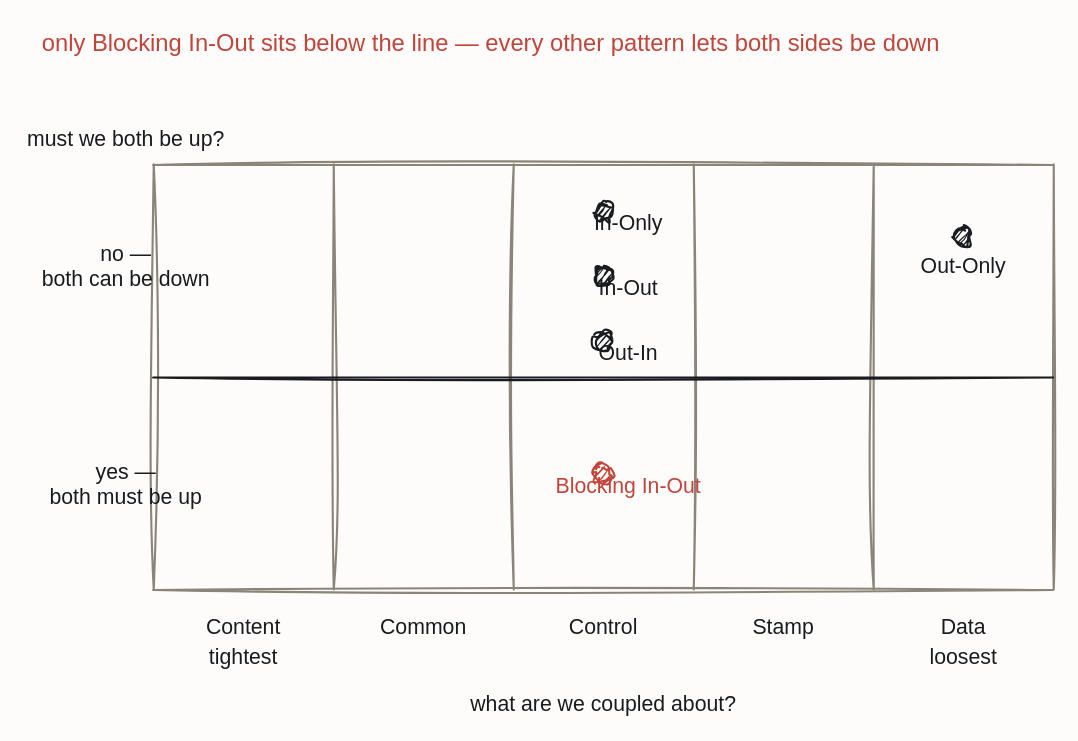
The draw.io diagram resources/grid-exchange-patterns.drawio in iancooper/practical-messaging, before the edit. Source tidied: cells renumbered, new cells numbered last; positions are measured from the earlier drawing's top-left corner, leaving out a move shared by most shapes. Both pictures are drawn from the tidied source at 125%, with x=0, y=0 at pixel (50, 21).
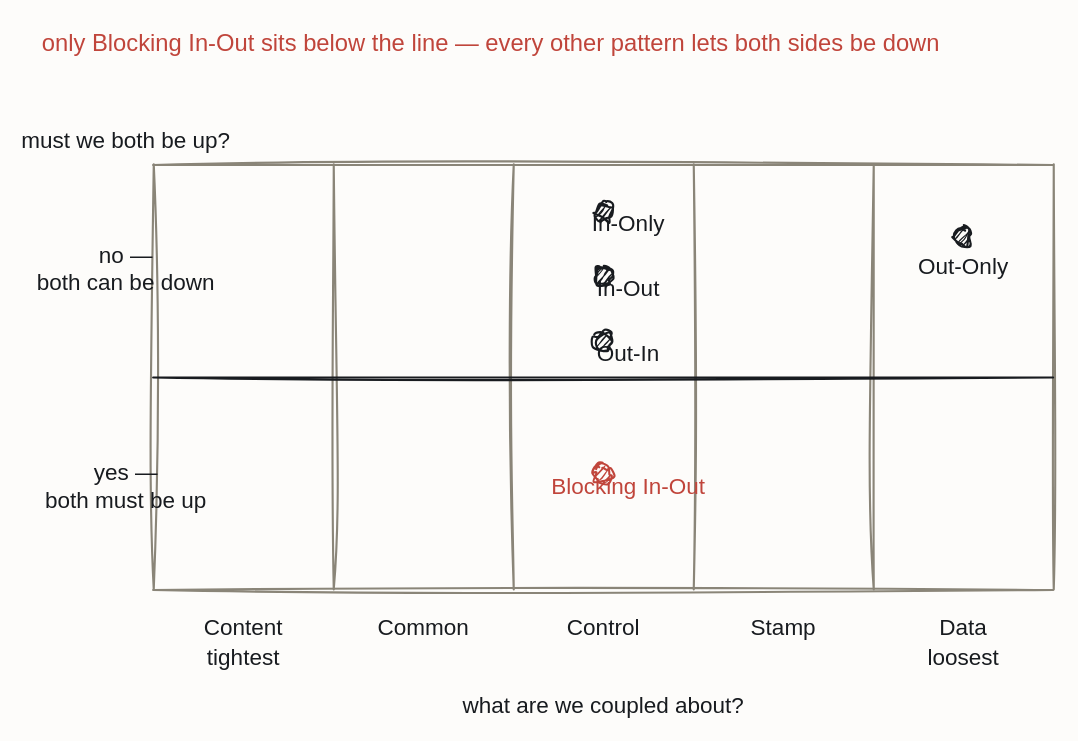
The same page after the edit.

Change to the diagram source:
```diff
@@
-    <mxCell id="11" value="must we both be up?" style="text;html=1;align=center;fontFamily=Caveat;fontSize=17;fontColor=#181B1F;" parent="1" vertex="1">
+    <mxCell id="11" value="must we both be up?" style="text;html=1;align=center;fontFamily=Caveat;fontSize=18;fontColor=#181B1F;" parent="1" vertex="1">
       <mxGeometry y="78" width="120" height="20" as="geometry" />
     </mxCell>
-    <mxCell id="12" value="no —&#10;both can be down" style="text;html=1;align=center;fontFamily=Caveat;fontSize=17;fontColor=#181B1F;" parent="1" vertex="1">
+    <mxCell id="12" value="no —&#10;both can be down" style="text;html=1;align=center;fontFamily=Caveat;fontSize=18;fontColor=#181B1F;" parent="1" vertex="1">
       <mxGeometry y="170" width="120" height="20" as="geometry" />
     </mxCell>
-    <mxCell id="13" value="yes —&#10;both must be up" style="text;html=1;align=center;fontFamily=Caveat;fontSize=17;fontColor=#181B1F;" parent="1" vertex="1">
+    <mxCell id="13" value="yes —&#10;both must be up" style="text;html=1;align=center;fontFamily=Caveat;fontSize=18;fontColor=#181B1F;" parent="1" vertex="1">
       <mxGeometry y="344" width="120" height="20" as="geometry" />
     </mxCell>
-    <mxCell id="14" value="Content" style="text;html=1;align=center;fontFamily=Caveat;fontSize=17;fontColor=#181B1F;" parent="1" vertex="1">
+    <mxCell id="14" value="Content" style="text;html=1;align=center;fontFamily=Caveat;fontSize=18;fontColor=#181B1F;" parent="1" vertex="1">
       <mxGeometry x="94" y="468" width="120" height="20" as="geometry" />
     </mxCell>
-    <mxCell id="15" value="Common" style="text;html=1;align=center;fontFamily=Caveat;fontSize=17;fontColor=#181B1F;" parent="1" vertex="1">
+    <mxCell id="15" value="Common" style="text;html=1;align=center;fontFamily=Caveat;fontSize=18;fontColor=#181B1F;" parent="1" vertex="1">
       <mxGeometry x="238" y="468" width="120" height="20" as="geometry" />
     </mxCell>
-    <mxCell id="16" value="Control" style="text;html=1;align=center;fontFamily=Caveat;fontSize=17;fontColor=#181B1F;" parent="1" vertex="1">
+    <mxCell id="16" value="Control" style="text;html=1;align=center;fontFamily=Caveat;fontSize=18;fontColor=#181B1F;" parent="1" vertex="1">
       <mxGeometry x="382" y="468" width="120" height="20" as="geometry" />
     </mxCell>
-    <mxCell id="17" value="Stamp" style="text;html=1;align=center;fontFamily=Caveat;fontSize=17;fontColor=#181B1F;" parent="1" vertex="1">
+    <mxCell id="17" value="Stamp" style="text;html=1;align=center;fontFamily=Caveat;fontSize=18;fontColor=#181B1F;" parent="1" vertex="1">
       <mxGeometry x="526" y="468" width="120" height="20" as="geometry" />
     </mxCell>
-    <mxCell id="18" value="Data" style="text;html=1;align=center;fontFamily=Caveat;fontSize=17;fontColor=#181B1F;" parent="1" vertex="1">
+    <mxCell id="18" value="Data" style="text;html=1;align=center;fontFamily=Caveat;fontSize=18;fontColor=#181B1F;" parent="1" vertex="1">
       <mxGeometry x="670" y="468" width="120" height="20" as="geometry" />
     </mxCell>
-    <mxCell id="19" value="tightest" style="text;html=1;align=center;fontFamily=Caveat;fontSize=17;fontColor=#181B1F;" parent="1" vertex="1">
+    <mxCell id="19" value="tightest" style="text;html=1;align=center;fontFamily=Caveat;fontSize=18;fontColor=#181B1F;" parent="1" vertex="1">
       <mxGeometry x="94" y="492" width="120" height="20" as="geometry" />
     </mxCell>
-    <mxCell id="20" value="loosest" style="text;html=1;align=center;fontFamily=Caveat;fontSize=17;fontColor=#181B1F;" parent="1" vertex="1">
+    <mxCell id="20" value="loosest" style="text;html=1;align=center;fontFamily=Caveat;fontSize=18;fontColor=#181B1F;" parent="1" vertex="1">
       <mxGeometry x="670" y="492" width="120" height="20" as="geometry" />
     </mxCell>
-    <mxCell id="21" value="what are we coupled about?" style="text;html=1;align=center;fontFamily=Caveat;fontSize=17;fontColor=#181B1F;" parent="1" vertex="1">
+    <mxCell id="21" value="what are we coupled about?" style="text;html=1;align=center;fontFamily=Caveat;fontSize=18;fontColor=#181B1F;" parent="1" vertex="1">
       <mxGeometry x="382" y="530" width="120" height="20" as="geometry" />
     </mxCell>
@@
-    <mxCell id="23" value="Out-Only" style="sketch=1;hachureGap=4;jiggle=2;curveFitting=1;fontFamily=Caveat;html=1;ellipse;verticalLabelPosition=bottom;verticalAlign=top;strokeColor=#181B1F;strokeWidth=1.7;fillColor=#181B1F;fontColor=#181B1F;fontSize=17;" parent="1" vertex="1">
+    <mxCell id="23" value="Out-Only" style="sketch=1;hachureGap=4;jiggle=2;curveFitting=1;fontFamily=Caveat;html=1;ellipse;verticalLabelPosition=bottom;verticalAlign=top;strokeColor=#181B1F;strokeWidth=1.7;fillColor=#181B1F;fontColor=#181B1F;fontSize=18;" parent="1" vertex="1">
       <mxGeometry x="723" y="165" width="14" height="14" as="geometry" />
     </mxCell>
@@
-    <mxCell id="25" value="In-Only" style="text;html=1;align=center;fontFamily=Caveat;fontSize=17;fontColor=#181B1F;" parent="1" vertex="1">
+    <mxCell id="25" value="In-Only" style="text;html=1;align=center;fontFamily=Caveat;fontSize=18;fontColor=#181B1F;" parent="1" vertex="1">
       <mxGeometry x="402" y="145" width="120" height="20" as="geometry" />
     </mxCell>
@@
-    <mxCell id="27" value="In-Out" style="text;html=1;align=center;fontFamily=Caveat;fontSize=17;fontColor=#181B1F;" parent="1" vertex="1">
+    <mxCell id="27" value="In-Out" style="text;html=1;align=center;fontFamily=Caveat;fontSize=18;fontColor=#181B1F;" parent="1" vertex="1">
       <mxGeometry x="402" y="197" width="120" height="20" as="geometry" />
     </mxCell>
@@
-    <mxCell id="29" value="Out-In" style="text;html=1;align=center;fontFamily=Caveat;fontSize=17;fontColor=#181B1F;" parent="1" vertex="1">
+    <mxCell id="29" value="Out-In" style="text;html=1;align=center;fontFamily=Caveat;fontSize=18;fontColor=#181B1F;" parent="1" vertex="1">
       <mxGeometry x="402" y="249" width="120" height="20" as="geometry" />
     </mxCell>
@@
-    <mxCell id="31" value="Blocking In-Out" style="text;html=1;align=center;fontFamily=Caveat;fontSize=17;fontColor=#C0453B;" parent="1" vertex="1">
+    <mxCell id="31" value="Blocking In-Out" style="text;html=1;align=center;fontFamily=Caveat;fontSize=18;fontColor=#C0453B;" parent="1" vertex="1">
       <mxGeometry x="402" y="355" width="120" height="20" as="geometry" />
     </mxCell>
```
